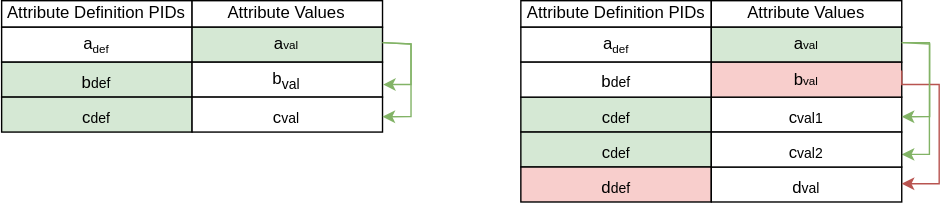
This is preview/dev/img/attribute-referencing-3.svg from maximiliani/fdo-architecture-spec, a draw.io export, as it was before one commit. Source tidied: cells renumbered, new cells last; positions are measured from the earlier drawing's top-left corner, leaving out a move shared by most shapes.
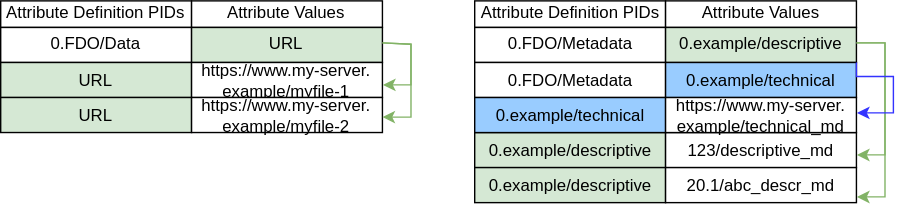
Later version of the same file.

Change to the diagram source:
```diff
@@ -8,22 +8,22 @@
     <mxCell id="3" value="Attribute Values" style="rounded=0;whiteSpace=wrap;html=1;" parent="1" vertex="1">
       <mxGeometry x="136.3" width="136.3" height="19" as="geometry" />
     </mxCell>
-    <mxCell id="4" value="a&lt;span style=&quot;font-size: 10px;&quot;&gt;&lt;sub&gt;def&lt;/sub&gt;&lt;/span&gt;" style="rounded=0;whiteSpace=wrap;html=1;fillColor=#FFFFFF;" parent="1" vertex="1">
+    <mxCell id="4" value="0.FDO/Data" style="rounded=0;whiteSpace=wrap;html=1;fillColor=#FFFFFF;" parent="1" vertex="1">
       <mxGeometry y="19" width="136.3" height="25" as="geometry" />
     </mxCell>
-    <mxCell id="5" value="a&lt;span style=&quot;font-size: 8.33333px;&quot;&gt;val&lt;/span&gt;" style="rounded=0;whiteSpace=wrap;html=1;fillColor=#D5E8D4;" parent="1" vertex="1">
+    <mxCell id="5" value="URL" style="rounded=0;whiteSpace=wrap;html=1;fillColor=#D5E8D4;" parent="1" vertex="1">
       <mxGeometry x="136.3" y="19" width="136.3" height="25" as="geometry" />
     </mxCell>
-    <mxCell id="6" value="&lt;sub style=&quot;&quot;&gt;&lt;span style=&quot;font-size: 12px;&quot;&gt;b&lt;/span&gt;def&lt;/sub&gt;" style="rounded=0;whiteSpace=wrap;html=1;fillColor=#D5E8D4;" parent="1" vertex="1">
+    <mxCell id="6" value="URL" style="rounded=0;whiteSpace=wrap;html=1;fillColor=#D5E8D4;" parent="1" vertex="1">
       <mxGeometry y="44" width="136.3" height="25" as="geometry" />
     </mxCell>
-    <mxCell id="7" value="b&lt;sub&gt;val&lt;/sub&gt;" style="rounded=0;whiteSpace=wrap;html=1;fillColor=#FFFFFF;" parent="1" vertex="1">
+    <mxCell id="7" value="https://www.my-server. example/myfile-1" style="rounded=0;whiteSpace=wrap;html=1;fillColor=#FFFFFF;" parent="1" vertex="1">
       <mxGeometry x="136.3" y="44" width="136.3" height="25" as="geometry" />
     </mxCell>
-    <mxCell id="8" value="&lt;sub&gt;&lt;span style=&quot;font-size: 12px;&quot;&gt;c&lt;/span&gt;def&lt;/sub&gt;" style="rounded=0;whiteSpace=wrap;html=1;fillColor=#D5E8D4;" parent="1" vertex="1">
+    <mxCell id="8" value="URL" style="rounded=0;whiteSpace=wrap;html=1;fillColor=#D5E8D4;" parent="1" vertex="1">
       <mxGeometry y="69" width="136.3" height="25" as="geometry" />
     </mxCell>
-    <mxCell id="9" value="&lt;sub&gt;&lt;span style=&quot;font-size: 12px;&quot;&gt;c&lt;/span&gt;val&lt;/sub&gt;" style="rounded=0;whiteSpace=wrap;html=1;fillColor=#FFFFFF;" parent="1" vertex="1">
+    <mxCell id="9" value="https://www.my-server. example/myfile-2" style="rounded=0;whiteSpace=wrap;html=1;fillColor=#FFFFFF;" parent="1" vertex="1">
       <mxGeometry x="136.3" y="69" width="136.3" height="25" as="geometry" />
     </mxCell>
     <mxCell id="10" style="edgeStyle=orthogonalEdgeStyle;rounded=0;orthogonalLoop=1;jettySize=auto;html=1;exitX=1;exitY=0.5;exitDx=0;exitDy=0;entryX=1;entryY=0.5;entryDx=0;entryDy=0;fillColor=#d5e8d4;strokeColor=#82b366;" parent="1" edge="1">
@@ -47,70 +47,74 @@
       </mxGeometry>
     </mxCell>
     <mxCell id="12" value="Attribute Definition PIDs" style="rounded=0;whiteSpace=wrap;html=1;" parent="1" vertex="1">
-      <mxGeometry x="371.6" width="136.3" height="19" as="geometry" />
+      <mxGeometry x="338.5" width="136.3" height="19" as="geometry" />
     </mxCell>
     <mxCell id="13" value="Attribute Values" style="rounded=0;whiteSpace=wrap;html=1;" parent="1" vertex="1">
-      <mxGeometry x="507.9" width="136.3" height="19" as="geometry" />
+      <mxGeometry x="474.8" width="136.3" height="19" as="geometry" />
     </mxCell>
-    <mxCell id="14" value="a&lt;span style=&quot;font-size: 10px;&quot;&gt;&lt;sub&gt;def&lt;/sub&gt;&lt;/span&gt;" style="rounded=0;whiteSpace=wrap;html=1;fillColor=#FFFFFF;" parent="1" vertex="1">
-      <mxGeometry x="371.6" y="19" width="136.3" height="25" as="geometry" />
+    <mxCell id="14" value="0.FDO/Metadata" style="rounded=0;whiteSpace=wrap;html=1;fillColor=#FFFFFF;" parent="1" vertex="1">
+      <mxGeometry x="338.5" y="19" width="136.3" height="25" as="geometry" />
     </mxCell>
-    <mxCell id="15" value="a&lt;span style=&quot;font-size: 8.33333px;&quot;&gt;val&lt;/span&gt;" style="rounded=0;whiteSpace=wrap;html=1;fillColor=#D5E8D4;" parent="1" vertex="1">
-      <mxGeometry x="507.9" y="19" width="136.3" height="25" as="geometry" />
+    <mxCell id="15" value="0.example/descriptive" style="rounded=0;whiteSpace=wrap;html=1;fillColor=#D5E8D4;" parent="1" vertex="1">
+      <mxGeometry x="474.8" y="19" width="136.3" height="25" as="geometry" />
     </mxCell>
-    <mxCell id="16" value="&lt;sub&gt;&lt;span style=&quot;font-size: 12px;&quot;&gt;c&lt;/span&gt;def&lt;/sub&gt;" style="rounded=0;whiteSpace=wrap;html=1;fillColor=#D5E8D4;" parent="1" vertex="1">
-      <mxGeometry x="371.6" y="69" width="136.3" height="25" as="geometry" />
+    <mxCell id="16" value="0.example/descriptive" style="rounded=0;whiteSpace=wrap;html=1;fillColor=#D5E8D4;" parent="1" vertex="1">
+      <mxGeometry x="338.5" y="94" width="136.3" height="25" as="geometry" />
     </mxCell>
-    <mxCell id="17" value="&lt;sub&gt;&lt;span style=&quot;font-size: 12px;&quot;&gt;c&lt;/span&gt;val1&lt;/sub&gt;" style="rounded=0;whiteSpace=wrap;html=1;fillColor=#FFFFFF;" parent="1" vertex="1">
-      <mxGeometry x="507.9" y="69" width="136.3" height="25" as="geometry" />
+    <mxCell id="17" value="123/descriptive_md" style="rounded=0;whiteSpace=wrap;html=1;fillColor=#FFFFFF;" parent="1" vertex="1">
+      <mxGeometry x="474.8" y="94" width="136.3" height="25" as="geometry" />
     </mxCell>
-    <mxCell id="18" value="&lt;sub&gt;&lt;span style=&quot;font-size: 12px;&quot;&gt;c&lt;/span&gt;def&lt;/sub&gt;" style="rounded=0;whiteSpace=wrap;html=1;fillColor=#D5E8D4;" parent="1" vertex="1">
-      <mxGeometry x="371.6" y="94" width="136.3" height="25" as="geometry" />
+    <mxCell id="18" value="0.FDO/Metadata" style="rounded=0;whiteSpace=wrap;html=1;fillColor=#FFFFFF;" parent="1" vertex="1">
+      <mxGeometry x="338.5" y="44" width="136.3" height="25" as="geometry" />
     </mxCell>
-    <mxCell id="19" value="&lt;sub style=&quot;&quot;&gt;&lt;span style=&quot;font-size: 12px;&quot;&gt;b&lt;/span&gt;def&lt;/sub&gt;" style="rounded=0;whiteSpace=wrap;html=1;fillColor=#FFFFFF;" parent="1" vertex="1">
-      <mxGeometry x="371.6" y="44" width="136.3" height="25" as="geometry" />
+    <mxCell id="19" value="0.example/descriptive" style="rounded=0;whiteSpace=wrap;html=1;fillColor=#D5E8D4;" parent="1" vertex="1">
+      <mxGeometry x="338.5" y="119.1" width="136.3" height="25" as="geometry" />
     </mxCell>
-    <mxCell id="20" value="b&lt;span style=&quot;font-size: 8.33333px;&quot;&gt;val&lt;/span&gt;" style="rounded=0;whiteSpace=wrap;html=1;fillColor=#F8CECC;" parent="1" vertex="1">
-      <mxGeometry x="507.9" y="44" width="136.3" height="25" as="geometry" />
+    <mxCell id="20" value="20.1/abc_descr_md" style="rounded=0;whiteSpace=wrap;html=1;fillColor=#FFFFFF;" parent="1" vertex="1">
+      <mxGeometry x="474.8" y="119.1" width="136.3" height="25" as="geometry" />
     </mxCell>
-    <mxCell id="21" value="&lt;sub&gt;&lt;span style=&quot;font-size: 12px;&quot;&gt;d&lt;/span&gt;def&lt;/sub&gt;" style="rounded=0;whiteSpace=wrap;html=1;fillColor=#F8CECC;" parent="1" vertex="1">
-      <mxGeometry x="371.6" y="119" width="136.3" height="25" as="geometry" />
+    <mxCell id="21" value="0.example/technical" style="rounded=0;whiteSpace=wrap;html=1;fillColor=#99CCFF;" parent="1" vertex="1">
+      <mxGeometry x="474.8" y="44" width="136.3" height="25" as="geometry" />
     </mxCell>
-    <mxCell id="22" value="&lt;sub&gt;&lt;span style=&quot;font-size: 12px;&quot;&gt;d&lt;/span&gt;val&lt;/sub&gt;" style="rounded=0;whiteSpace=wrap;html=1;fillColor=#FFFFFF;" parent="1" vertex="1">
-      <mxGeometry x="507.9" y="119" width="136.3" height="25" as="geometry" />
+    <mxCell id="22" value="0.example/technical" style="rounded=0;whiteSpace=wrap;html=1;fillColor=#99CCFF;" parent="1" vertex="1">
+      <mxGeometry x="338.5" y="69" width="136.3" height="25" as="geometry" />
     </mxCell>
-    <mxCell id="23" style="edgeStyle=orthogonalEdgeStyle;rounded=0;orthogonalLoop=1;jettySize=auto;html=1;exitX=1;exitY=0.5;exitDx=0;exitDy=0;entryX=1;entryY=0.5;entryDx=0;entryDy=0;fillColor=#d5e8d4;strokeColor=#82b366;" parent="1" edge="1">
-      <mxGeometry relative="1" as="geometry">
-        <mxPoint x="644.2" y="30" as="sourcePoint" />
-        <mxPoint x="644.2" y="83" as="targetPoint" />
-        <Array as="points">
-          <mxPoint x="664.2" y="31" />
-          <mxPoint x="664.2" y="83" />
-        </Array>
-      </mxGeometry>
+    <mxCell id="23" value="https://www.my-server. example/technical_md" style="rounded=0;whiteSpace=wrap;html=1;fillColor=#FFFFFF;" parent="1" vertex="1">
+      <mxGeometry x="474.8" y="69" width="136.3" height="25" as="geometry" />
     </mxCell>
-    <mxCell id="24" style="edgeStyle=orthogonalEdgeStyle;rounded=0;orthogonalLoop=1;jettySize=auto;html=1;entryX=1;entryY=0.5;entryDx=0;entryDy=0;fillColor=#f8cecc;strokeColor=#b85450;" parent="1" edge="1">
+    <mxCell id="24" style="edgeStyle=orthogonalEdgeStyle;rounded=0;orthogonalLoop=1;jettySize=auto;html=1;exitX=1;exitY=0.5;exitDx=0;exitDy=0;fillColor=#d5e8d4;strokeColor=#82b366;" parent="1" edge="1">
       <mxGeometry relative="1" as="geometry">
-        <mxPoint x="644.2" y="50" as="sourcePoint" />
-        <mxPoint x="644.2" y="131" as="targetPoint" />
+        <mxPoint x="611.1" y="30" as="sourcePoint" />
+        <mxPoint x="611.5" y="110" as="targetPoint" />
         <Array as="points">
-          <mxPoint x="644" y="60" />
-          <mxPoint x="671" y="60" />
-          <mxPoint x="671" y="131" />
+          <mxPoint x="631.5" y="30" />
+          <mxPoint x="631.5" y="110" />
+          <mxPoint x="611.5" y="110" />
         </Array>
       </mxGeometry>
     </mxCell>
-    <mxCell id="25" style="edgeStyle=orthogonalEdgeStyle;rounded=0;jettySize=auto;html=1;exitX=1;exitY=0.5;exitDx=0;exitDy=0;fillColor=#d5e8d4;strokeColor=#82b366;" parent="1" edge="1" target="26">
+    <mxCell id="25" style="edgeStyle=orthogonalEdgeStyle;rounded=0;orthogonalLoop=1;jettySize=auto;html=1;exitX=1;exitY=0.5;exitDx=0;exitDy=0;fillColor=#d5e8d4;strokeColor=#82b366;" parent="1" edge="1">
       <mxGeometry relative="1" as="geometry">
-        <mxPoint x="644.2" y="30" as="sourcePoint" />
+        <mxPoint x="611.1" y="30" as="sourcePoint" />
+        <mxPoint x="611.5" y="140" as="targetPoint" />
         <Array as="points">
-          <mxPoint x="664" y="30" />
-          <mxPoint x="664" y="110" />
+          <mxPoint x="631.5" y="30" />
+          <mxPoint x="631.5" y="140" />
+          <mxPoint x="611.5" y="140" />
         </Array>
       </mxGeometry>
     </mxCell>
-    <mxCell id="26" value="&lt;sub style=&quot;border-color: rgb(218, 220, 224);&quot;&gt;&lt;span style=&quot;font-size: 12px;&quot;&gt;c&lt;/span&gt;val2&lt;/sub&gt;" style="rounded=0;whiteSpace=wrap;html=1;fillColor=#FFFFFF;" parent="1" vertex="1">
-      <mxGeometry x="507.9" y="94" width="136.3" height="25" as="geometry" />
+    <mxCell id="26" style="edgeStyle=orthogonalEdgeStyle;rounded=0;orthogonalLoop=1;jettySize=auto;html=1;fillColor=#99CCFF;strokeColor=#3333FF;" parent="1" edge="1">
+      <mxGeometry relative="1" as="geometry">
+        <mxPoint x="611.1" y="44" as="sourcePoint" />
+        <mxPoint x="611.5" y="80" as="targetPoint" />
+        <Array as="points">
+          <mxPoint x="611.5" y="54" />
+          <mxPoint x="637.5" y="54" />
+          <mxPoint x="637.5" y="80" />
+          <mxPoint x="611.5" y="80" />
+        </Array>
+      </mxGeometry>
     </mxCell>
   </root>
 </mxGraphModel>
```
